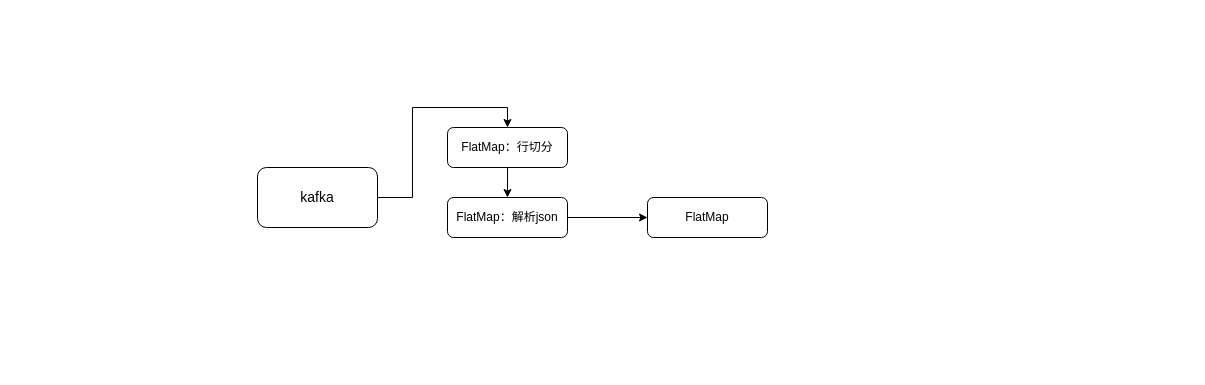
david-gao1/diagrams keeps this draw.io diagram as 鸿蒙实时.drawio. Above is the earlier version. Source tidied: cells renumbered, new cells numbered last; positions are measured from the earlier drawing's top-left corner, leaving out a move shared by most shapes. Both pictures are drawn from the tidied source at 100%, with x=0, y=0 at pixel (257, 127).
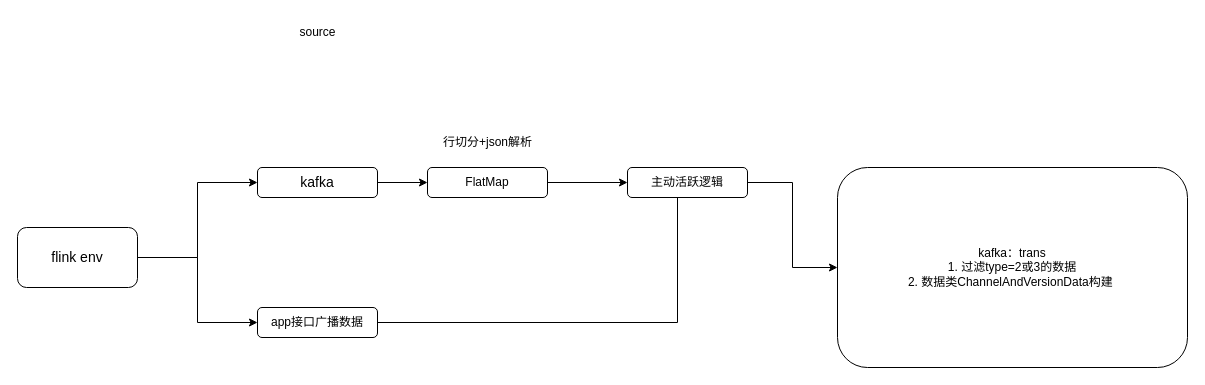
Above is the later version.

Commit message (it also covers changes not shown here):
更新鸿蒙实时.drawio

Diff of the diagram source:
```diff
@@
 <mxGraphModel>
   <root>
     <mxCell id="0" />
     <mxCell id="1" parent="0" />
-    <mxCell id="2" style="edgeStyle=orthogonalEdgeStyle;rounded=0;jettySize=auto;html=1;entryX=0.5;entryY=0;entryDx=0;entryDy=0;" parent="1" edge="1" source="3" target="7">
+    <mxCell id="2" style="edgeStyle=orthogonalEdgeStyle;rounded=0;jettySize=auto;html=1;" parent="1" edge="1" source="3" target="7">
       <mxGeometry relative="1" as="geometry" />
     </mxCell>
     <mxCell id="3" value="&lt;font style=&quot;font-size: 14px;&quot;&gt;kafka&lt;/font&gt;" style="rounded=1;whiteSpace=wrap;html=1;" parent="1" vertex="1">
-      <mxGeometry y="40" width="120" height="60" as="geometry" />
+      <mxGeometry y="40" width="120" height="30" as="geometry" />
     </mxCell>
-    <mxCell id="4" style="edgeStyle=orthogonalEdgeStyle;rounded=0;jettySize=auto;html=1;" parent="1" edge="1" source="5" target="8">
-      <mxGeometry relative="1" as="geometry" />
-    </mxCell>
-    <mxCell id="5" value="FlatMap：解析json" style="rounded=1;whiteSpace=wrap;html=1;" parent="1" vertex="1">
-      <mxGeometry x="190" y="70" width="120" height="40" as="geometry" />
-    </mxCell>
-    <mxCell id="6" style="edgeStyle=orthogonalEdgeStyle;rounded=0;jettySize=auto;html=1;" parent="1" edge="1" source="7" target="5">
-      <mxGeometry relative="1" as="geometry" />
-    </mxCell>
+    <mxCell id="9" style="edgeStyle=orthogonalEdgeStyle;rounded=0;jettySize=auto;html=1;" parent="1" edge="1" source="7" target="18">
+      <mxGeometry relative="1" as="geometry" />
+    </mxCell>
-    <mxCell id="7" value="FlatMap：行切分" style="rounded=1;whiteSpace=wrap;html=1;" parent="1" vertex="1">
-      <mxGeometry x="190" width="120" height="40" as="geometry" />
+    <mxCell id="7" value="FlatMap" style="rounded=1;whiteSpace=wrap;html=1;" parent="1" vertex="1">
+      <mxGeometry x="170" y="40" width="120" height="30" as="geometry" />
     </mxCell>
-    <mxCell id="8" value="FlatMap" style="rounded=1;whiteSpace=wrap;html=1;" parent="1" vertex="1">
-      <mxGeometry x="390" y="70" width="120" height="40" as="geometry" />
-    </mxCell>
+    <mxCell id="10" style="edgeStyle=orthogonalEdgeStyle;rounded=0;jettySize=auto;html=1;entryX=0;entryY=0.5;entryDx=0;entryDy=0;exitX=1;exitY=0.5;exitDx=0;exitDy=0;exitPerimeter=0;" parent="1" edge="1" source="12" target="3">
+      <mxGeometry relative="1" as="geometry" />
+    </mxCell>
+    <mxCell id="11" style="edgeStyle=orthogonalEdgeStyle;rounded=0;jettySize=auto;html=1;entryX=0;entryY=0.5;entryDx=0;entryDy=0;" parent="1" edge="1" source="12" target="14">
+      <mxGeometry relative="1" as="geometry" />
+    </mxCell>
+    <mxCell id="12" value="&lt;span style=&quot;font-size: 14px;&quot;&gt;flink env&lt;/span&gt;" style="rounded=1;whiteSpace=wrap;html=1;" parent="1" vertex="1">
+      <mxGeometry x="-240" y="100" width="120" height="60" as="geometry" />
+    </mxCell>
+    <mxCell id="13" style="edgeStyle=orthogonalEdgeStyle;rounded=0;jettySize=auto;html=1;entryX=0;entryY=0.5;entryDx=0;entryDy=0;" parent="1" edge="1" source="14" target="18">
+      <mxGeometry relative="1" as="geometry">
+        <Array as="points">
+          <mxPoint x="420" y="195" />
+          <mxPoint x="420" y="55" />
+        </Array>
+      </mxGeometry>
+    </mxCell>
+    <mxCell id="14" value="app接口广播数据" style="rounded=1;whiteSpace=wrap;html=1;" parent="1" vertex="1">
+      <mxGeometry y="180" width="120" height="30" as="geometry" />
+    </mxCell>
+    <mxCell id="15" value="source" style="text;html=1;align=center;verticalAlign=middle;strokeColor=none;fillColor=none;" parent="1" vertex="1">
+      <mxGeometry x="30" y="-110" width="60" height="30" as="geometry" />
+    </mxCell>
+    <mxCell id="16" value="行切分+json解析" style="text;html=1;align=center;verticalAlign=middle;strokeColor=none;fillColor=none;" parent="1" vertex="1">
+      <mxGeometry x="175" width="110" height="30" as="geometry" />
+    </mxCell>
+    <mxCell id="17" style="edgeStyle=orthogonalEdgeStyle;rounded=0;jettySize=auto;html=1;" parent="1" edge="1" source="18" target="19">
+      <mxGeometry relative="1" as="geometry" />
+    </mxCell>
+    <mxCell id="18" value="主动活跃逻辑" style="rounded=1;whiteSpace=wrap;html=1;" parent="1" vertex="1">
+      <mxGeometry x="370" y="40" width="120" height="30" as="geometry" />
+    </mxCell>
+    <mxCell id="19" value="kafka：trans&lt;br&gt;1. 过滤type=2或3的数据&lt;br&gt;2. 数据类ChannelAndVersionData&lt;span style=&quot;background-color: transparent; color: light-dark(rgb(0, 0, 0), rgb(255, 255, 255));&quot;&gt;构建&amp;nbsp;&lt;/span&gt;" style="rounded=1;whiteSpace=wrap;html=1;" parent="1" vertex="1">
+      <mxGeometry x="580" y="40" width="350" height="200" as="geometry" />
+    </mxCell>
   </root>
 </mxGraphModel>
```
